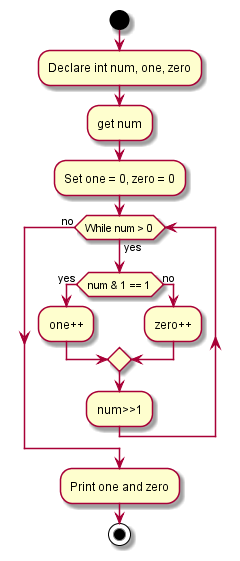
This is assets/Binary-Zeros-Ones-of-Decimal-Number.png from Pranau-R/Binary-Zeros-Ones-of-Decimal-Number, a PlantUML export, as it was before one commit.
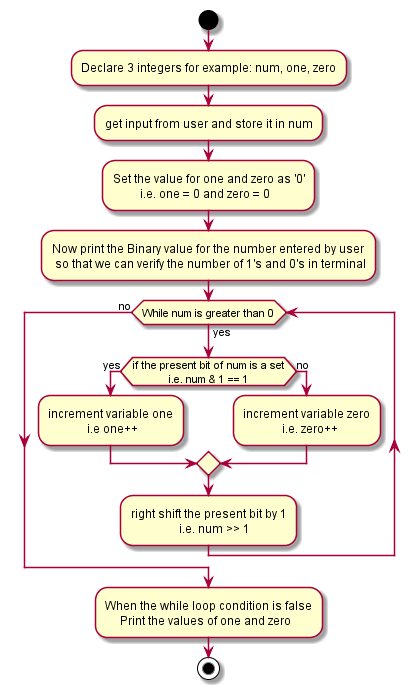
Later version of the same file.

Commit message:
#3: Updated assets after enhancement

What changed in the source:
```diff
@@ -2,18 +2,25 @@
 
 start
 
-:Declare int num, one, zero;
-:get num;
-:Set one = 0, zero = 0;
-while (While num > 0) is (yes)
-    if (num & 1 == 1) then (yes)
-    :one++;
+:Declare 3 integers for example: num, one, zero;
+:get input from user and store it in num;
+:Set the value for one and zero as '0'
+         i.e. one = 0 and zero = 0;
+:Now print the Binary value for the number entered by user
+ so that we can verify the number of 1's and 0's in terminal;
+while (While num is greater than 0) is (yes)
+    if (if the present bit of num is a set\n            i.e. num & 1 == 1) then (yes)
+    :increment variable one
+                 i.e one++;
     else (no)
-    :zero++;
+    :increment variable zero
+                 i.e. zero++;
     endif
-:num>>1;
+:right shift the present bit by 1
+                i.e. num >> 1;
 endwhile (no)
-:Print one and zero;
+:When the while loop condition is false
+     Print the values of one and zero;
 
 stop
 
```
